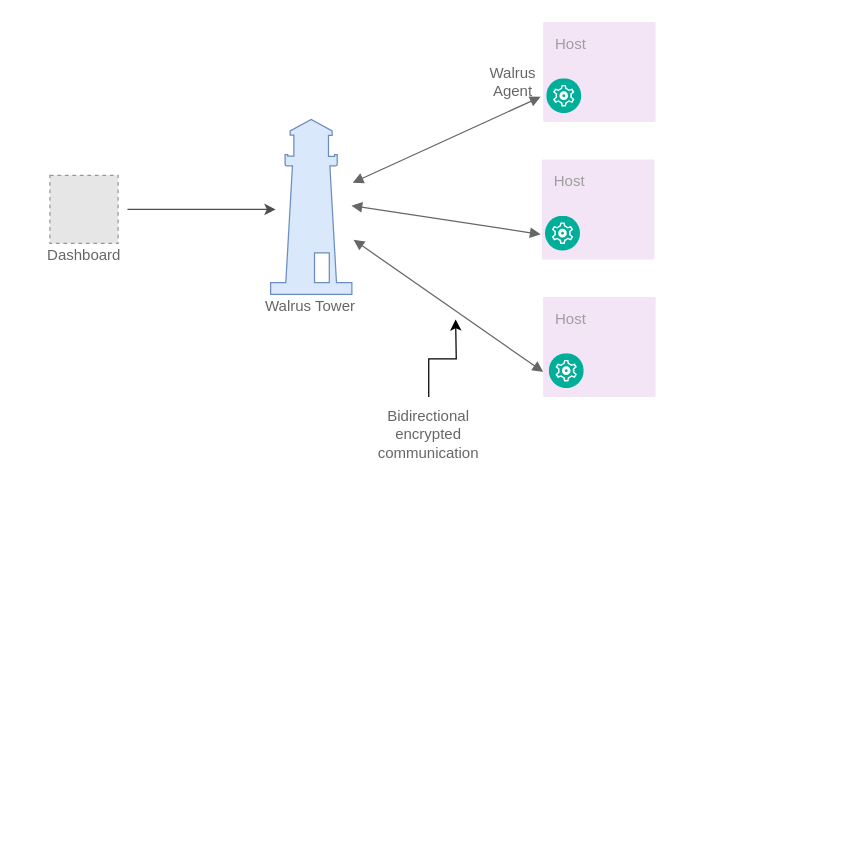
Clivern/Walrus keeps this draw.io diagram as assets/chart.drawio. Above is the earlier version. Source tidied: cells renumbered, new cells numbered last; positions are measured from the earlier drawing's top-left corner, leaving out a move shared by most shapes. Both pictures are drawn from the tidied source at 125%, with x=0, y=0 at pixel (21, 21). Pictures stored in the file or linked from it are replaced by grey dashed boxes.
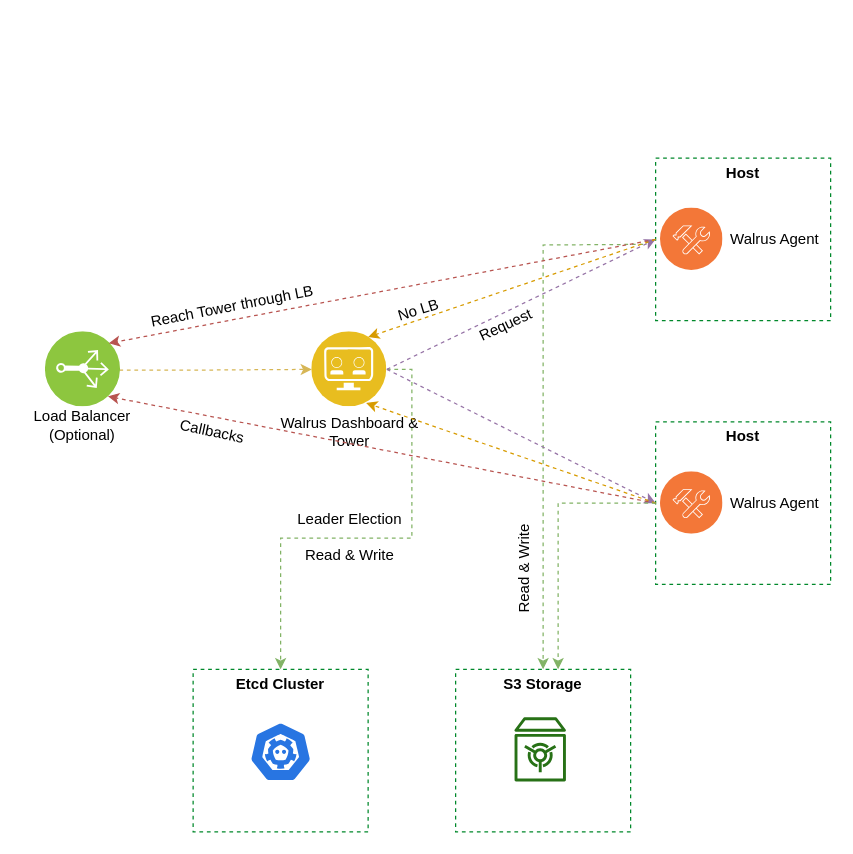
Above is the later version.

Diff of the diagram source:
```diff
@@
-    <mxCell id="2" style="shape=mxgraph.signs.transportation.lighthouse_2;html=1;verticalLabelPosition=bottom;verticalAlign=top;align=center;fillColor=#dae8fc;strokeColor=#6c8ebf;" parent="1" vertex="1">
-      <mxGeometry x="199" y="78" width="65" height="140" as="geometry" />
-    </mxCell>
-    <mxCell id="3" value="Walrus Tower" style="text;html=1;strokeColor=none;fillColor=none;align=center;verticalAlign=middle;whiteSpace=wrap;rounded=0;fontColor=#666666;" parent="1" vertex="1">
-      <mxGeometry x="189" y="218" width="83.5" height="20" as="geometry" />
-    </mxCell>
-    <mxCell id="4" value="Host" style="rounded=1;absoluteArcSize=1;arcSize=2;html=1;strokeColor=none;gradientColor=none;shadow=0;dashed=0;fontSize=12;fontColor=#9E9E9E;align=left;verticalAlign=top;spacing=10;spacingTop=-4;fillColor=#F3E5F5;" parent="1" vertex="1">
-      <mxGeometry x="417" width="90" height="80" as="geometry" />
-    </mxCell>
-    <mxCell id="5" style="perimeter=ellipsePerimeter;html=1;align=center;shadow=0;dashed=0;fontColor=#4277BB;labelBackgroundColor=#ffffff;fontSize=12;spacingTop=3;image;image=img/lib/ibm/management/cluster_management.svg;" parent="1" vertex="1">
-      <mxGeometry x="420" y="45.5" width="28" height="28" as="geometry" />
-    </mxCell>
-    <mxCell id="6" value="Host" style="rounded=1;absoluteArcSize=1;arcSize=2;html=1;strokeColor=none;gradientColor=none;shadow=0;dashed=0;fontSize=12;fontColor=#9E9E9E;align=left;verticalAlign=top;spacing=10;spacingTop=-4;fillColor=#F3E5F5;" parent="1" vertex="1">
-      <mxGeometry x="416" y="110" width="90" height="80" as="geometry" />
-    </mxCell>
-    <mxCell id="7" style="perimeter=ellipsePerimeter;html=1;align=center;shadow=0;dashed=0;fontColor=#4277BB;labelBackgroundColor=#ffffff;fontSize=12;spacingTop=3;image;image=img/lib/ibm/management/cluster_management.svg;" parent="1" vertex="1">
-      <mxGeometry x="419" y="155.5" width="28" height="28" as="geometry" />
-    </mxCell>
-    <mxCell id="8" value="Host" style="points=[[0,0,0],[0.25,0,0],[0.5,0,0],[0.75,0,0],[1,0,0],[1,0.25,0],[1,0.5,0],[1,0.75,0],[1,1,0],[0.75,1,0],[0.5,1,0],[0.25,1,0],[0,1,0],[0,0.75,0],[0,0.5,0],[0,0.25,0]];rounded=1;absoluteArcSize=1;arcSize=2;html=1;strokeColor=none;gradientColor=none;shadow=0;dashed=0;fontSize=12;fontColor=#9E9E9E;align=left;verticalAlign=top;spacing=10;spacingTop=-4;fillColor=#F3E5F5;" parent="1" vertex="1">
-      <mxGeometry x="417" y="220" width="90" height="80" as="geometry" />
-    </mxCell>
-    <mxCell id="9" style="perimeter=ellipsePerimeter;html=1;align=center;shadow=0;dashed=0;fontColor=#4277BB;labelBackgroundColor=#ffffff;fontSize=12;spacingTop=3;image;image=img/lib/ibm/management/cluster_management.svg;" parent="1" vertex="1">
-      <mxGeometry x="422" y="265.5" width="28" height="28" as="geometry" />
-    </mxCell>
-    <mxCell id="10" style="edgeStyle=orthogonalEdgeStyle;rounded=0;orthogonalLoop=1;jettySize=auto;html=1;entryX=-0.077;entryY=0.514;entryDx=0;entryDy=0;entryPerimeter=0;strokeColor=#4D4D4D;" parent="1" edge="1">
-      <mxGeometry relative="1" as="geometry">
-        <mxPoint x="84.5" y="150" as="sourcePoint" />
-        <mxPoint x="203" y="150" as="targetPoint" />
-      </mxGeometry>
-    </mxCell>
-    <mxCell id="11" style="endArrow=block;startArrow=block;endFill=1;startFill=1;html=1;entryX=0;entryY=0.75;entryDx=0;entryDy=0;entryPerimeter=0;exitX=1.021;exitY=0.688;exitDx=0;exitDy=0;exitPerimeter=0;fillColor=#f5f5f5;strokeColor=#666666;" parent="1" edge="1" source="2" target="8">
-      <mxGeometry relative="1" as="geometry" />
-    </mxCell>
-    <mxCell id="12" style="endArrow=block;startArrow=block;endFill=1;startFill=1;html=1;entryX=0;entryY=0.75;entryDx=0;entryDy=0;entryPerimeter=0;exitX=1.042;exitY=0.362;exitDx=0;exitDy=0;exitPerimeter=0;fillColor=#f5f5f5;strokeColor=#666666;" parent="1" edge="1">
-      <mxGeometry relative="1" as="geometry">
-        <mxPoint x="264.7" y="128.7" as="sourcePoint" />
-        <mxPoint x="415" y="60" as="targetPoint" />
-      </mxGeometry>
-    </mxCell>
-    <mxCell id="13" style="endArrow=block;startArrow=block;endFill=1;startFill=1;html=1;entryX=0;entryY=0.75;entryDx=0;entryDy=0;entryPerimeter=0;fillColor=#f5f5f5;strokeColor=#666666;exitX=1.011;exitY=0.493;exitDx=0;exitDy=0;exitPerimeter=0;" parent="1" edge="1">
-      <mxGeometry relative="1" as="geometry">
-        <mxPoint x="263.7" y="147" as="sourcePoint" />
-        <mxPoint x="415" y="170" as="targetPoint" />
-      </mxGeometry>
-    </mxCell>
-    <mxCell id="14" value="Dashboard" style="text;html=1;strokeColor=none;fillColor=none;align=center;verticalAlign=middle;whiteSpace=wrap;rounded=0;fontColor=#666666;" parent="1" vertex="1">
-      <mxGeometry x="-0.3" y="177.3" width="100" height="20" as="geometry" />
-    </mxCell>
-    <mxCell id="15" value="Walrus&lt;br&gt;Agent" style="text;html=1;strokeColor=none;fillColor=none;align=center;verticalAlign=middle;whiteSpace=wrap;rounded=0;fontColor=#666666;" parent="1" vertex="1">
-      <mxGeometry x="373" y="38" width="40" height="20" as="geometry" />
-    </mxCell>
-    <mxCell id="16" style="edgeStyle=orthogonalEdgeStyle;rounded=0;jettySize=auto;html=1;fontColor=#4D4D4D;" parent="1" edge="1" source="17">
-      <mxGeometry relative="1" as="geometry">
-        <mxPoint x="347" y="238" as="targetPoint" />
-      </mxGeometry>
-    </mxCell>
-    <mxCell id="17" value="Bidirectional encrypted communication" style="text;html=1;strokeColor=none;fillColor=none;align=center;verticalAlign=middle;whiteSpace=wrap;rounded=0;fontColor=#666666;" parent="1" vertex="1">
-      <mxGeometry x="278" y="300" width="95" height="60" as="geometry" />
-    </mxCell>
-    <mxCell id="18" style="fillColor=#E6E6E6;strokeColor=#999999;dashed=1;html=1;verticalAlign=top;verticalLabelPosition=bottom;labelBackgroundColor=#ffffff;" parent="1" vertex="1">
-      <mxGeometry x="22.4" y="122.7" width="54.6" height="54.6" as="geometry" />
-    </mxCell>
+    <mxCell id="19" style="edgeStyle=orthogonalEdgeStyle;rounded=0;jettySize=auto;html=1;exitX=1;exitY=0.5;exitDx=0;exitDy=0;fillColor=#d5e8d4;strokeColor=#82b366;dashed=1;" parent="1" edge="1" source="21" target="42">
+      <mxGeometry relative="1" as="geometry" />
+    </mxCell>
+    <mxCell id="20" style="edgeStyle=orthogonalEdgeStyle;rounded=0;jettySize=auto;html=1;fillColor=#d5e8d4;strokeColor=#82b366;entryX=0.5;entryY=0;entryDx=0;entryDy=0;dashed=1;" parent="1" edge="1" target="26">
+      <mxGeometry relative="1" as="geometry">
+        <mxPoint x="497" y="178" as="sourcePoint" />
+      </mxGeometry>
+    </mxCell>
+    <mxCell id="21" style="perimeter=ellipsePerimeter;html=1;align=center;shadow=0;dashed=0;fontColor=#4277BB;labelBackgroundColor=#ffffff;fontSize=12;spacingTop=3;image;image=img/lib/ibm/applications/api_developer_portal.svg;" parent="1" vertex="1">
+      <mxGeometry x="232" y="248" width="60" height="60" as="geometry" />
+    </mxCell>
+    <mxCell id="22" value="Walrus Dashboard &amp;amp;&lt;br&gt;Tower" style="text;html=1;align=center;verticalAlign=middle;" parent="1" vertex="1">
+      <mxGeometry x="197" y="313" width="130" height="30" as="geometry" />
+    </mxCell>
+    <mxCell id="23" value="Host" style="fontStyle=1;verticalAlign=top;align=center;spacingTop=-2;fillColor=none;rounded=0;whiteSpace=wrap;html=1;strokeColor=#00882B;strokeWidth=1;dashed=1;" parent="1" vertex="1">
+      <mxGeometry x="507" y="109" width="140" height="130" as="geometry" />
+    </mxCell>
+    <mxCell id="24" style="perimeter=ellipsePerimeter;html=1;align=center;shadow=0;dashed=0;fontColor=#4277BB;labelBackgroundColor=#ffffff;fontSize=12;spacingTop=3;image;image=img/lib/ibm/devops/configuration_management.svg;" parent="23" vertex="1">
+      <mxGeometry x="4" y="40" width="50" height="50" as="geometry" />
+    </mxCell>
+    <mxCell id="25" value="Walrus Agent" style="text;html=1;align=center;verticalAlign=middle;fontStyle=0;" parent="23" vertex="1">
+      <mxGeometry x="50" y="55" width="90" height="20" as="geometry" />
+    </mxCell>
+    <mxCell id="26" value="S3 Storage" style="fontStyle=1;verticalAlign=top;align=center;spacingTop=-2;fillColor=none;rounded=0;whiteSpace=wrap;html=1;strokeColor=#00882B;strokeWidth=1;dashed=1;" parent="1" vertex="1">
+      <mxGeometry x="347" y="518" width="140" height="130" as="geometry" />
+    </mxCell>
+    <mxCell id="27" style="fontColor=#232F3E;gradientColor=none;fillColor=#277116;strokeColor=none;dashed=0;verticalLabelPosition=bottom;verticalAlign=top;align=center;html=1;fontSize=12;fontStyle=0;shape=mxgraph.aws4.vault;" parent="26" vertex="1">
+      <mxGeometry x="47" y="38" width="41.3" height="52" as="geometry" />
+    </mxCell>
+    <mxCell id="28" value="Host" style="fontStyle=1;verticalAlign=top;align=center;spacingTop=-2;fillColor=none;rounded=0;whiteSpace=wrap;html=1;strokeColor=#00882B;strokeWidth=1;dashed=1;" parent="1" vertex="1">
+      <mxGeometry x="507" y="320" width="140" height="130" as="geometry" />
+    </mxCell>
+    <mxCell id="29" style="perimeter=ellipsePerimeter;html=1;align=center;shadow=0;dashed=0;fontColor=#4277BB;labelBackgroundColor=#ffffff;fontSize=12;spacingTop=3;image;image=img/lib/ibm/devops/configuration_management.svg;" parent="28" vertex="1">
+      <mxGeometry x="4" y="40" width="50" height="50" as="geometry" />
+    </mxCell>
+    <mxCell id="30" value="Walrus Agent" style="text;html=1;align=center;verticalAlign=middle;fontStyle=0;" parent="28" vertex="1">
+      <mxGeometry x="50" y="55" width="90" height="20" as="geometry" />
+    </mxCell>
+    <mxCell id="31" style="edgeStyle=orthogonalEdgeStyle;rounded=0;jettySize=auto;html=1;exitX=0.5;exitY=0;exitDx=0;exitDy=0;entryX=0;entryY=0.5;entryDx=0;entryDy=0;fillColor=#fff2cc;strokeColor=#d6b656;dashed=1;" parent="1" edge="1" source="32" target="21">
+      <mxGeometry relative="1" as="geometry" />
+    </mxCell>
+    <mxCell id="32" style="perimeter=ellipsePerimeter;html=1;align=center;shadow=0;dashed=0;fontColor=#4277BB;labelBackgroundColor=#ffffff;fontSize=12;spacingTop=3;image;image=img/lib/ibm/infrastructure/load_balancing_routing.svg;rotation=91;" parent="1" vertex="1">
+      <mxGeometry x="18" y="248" width="60" height="60" as="geometry" />
+    </mxCell>
+    <mxCell id="33" value="Load Balancer &lt;br&gt;(Optional)" style="text;html=1;align=center;verticalAlign=middle;" parent="1" vertex="1">
+      <mxGeometry x="3" y="308" width="90" height="30" as="geometry" />
+    </mxCell>
+    <mxCell id="34" style="endArrow=classic;html=1;exitX=1;exitY=0.5;exitDx=0;exitDy=0;entryX=0;entryY=0.5;entryDx=0;entryDy=0;fillColor=#e1d5e7;strokeColor=#9673a6;dashed=1;" parent="1" edge="1" source="21" target="23">
+      <mxGeometry relative="1" as="geometry" />
+    </mxCell>
+    <mxCell id="35" style="endArrow=classic;html=1;entryX=0;entryY=0.5;entryDx=0;entryDy=0;fillColor=#e1d5e7;strokeColor=#9673a6;exitX=1;exitY=0.5;exitDx=0;exitDy=0;dashed=1;" parent="1" edge="1" source="21" target="28">
+      <mxGeometry relative="1" as="geometry" />
+    </mxCell>
+    <mxCell id="36" style="endArrow=classic;html=1;exitX=0;exitY=0.5;exitDx=0;exitDy=0;entryX=0;entryY=0;entryDx=0;entryDy=0;fillColor=#f8cecc;strokeColor=#b85450;dashed=1;" parent="1" edge="1" source="23" target="32">
+      <mxGeometry relative="1" as="geometry" />
+    </mxCell>
+    <mxCell id="37" style="endArrow=classic;html=1;exitX=0;exitY=0.5;exitDx=0;exitDy=0;entryX=1;entryY=0;entryDx=0;entryDy=0;fillColor=#f8cecc;strokeColor=#b85450;dashed=1;" parent="1" edge="1" source="28" target="32">
+      <mxGeometry relative="1" as="geometry" />
+    </mxCell>
+    <mxCell id="38" style="endArrow=classic;html=1;exitX=0;exitY=0.5;exitDx=0;exitDy=0;entryX=0;entryY=0;entryDx=0;entryDy=0;fillColor=#ffe6cc;strokeColor=#d79b00;dashed=1;" parent="1" edge="1" source="23">
+      <mxGeometry relative="1" as="geometry">
+        <mxPoint x="277" y="252.2" as="targetPoint" />
+      </mxGeometry>
+    </mxCell>
+    <mxCell id="39" style="endArrow=classic;html=1;exitX=0;exitY=0.5;exitDx=0;exitDy=0;entryX=0.75;entryY=1;entryDx=0;entryDy=0;fillColor=#ffe6cc;strokeColor=#d79b00;dashed=1;" parent="1" edge="1" source="28" target="21">
+      <mxGeometry relative="1" as="geometry" />
+    </mxCell>
+    <mxCell id="40" value="No LB" style="text;html=1;align=center;verticalAlign=middle;rotation=343;" parent="1" vertex="1">
+      <mxGeometry x="292" y="221" width="50" height="20" as="geometry" />
+    </mxCell>
+    <mxCell id="41" value="Reach Tower through LB" style="text;html=1;align=center;verticalAlign=middle;rotation=349;" parent="1" vertex="1">
+      <mxGeometry x="93" y="218" width="150" height="20" as="geometry" />
+    </mxCell>
+    <mxCell id="42" value="Etcd Cluster" style="fontStyle=1;verticalAlign=top;align=center;spacingTop=-2;fillColor=none;rounded=0;whiteSpace=wrap;html=1;strokeColor=#00882B;strokeWidth=1;dashed=1;" parent="1" vertex="1">
+      <mxGeometry x="137" y="518" width="140" height="130" as="geometry" />
+    </mxCell>
+    <mxCell id="43" style="html=1;dashed=0;whitespace=wrap;fillColor=#2875E2;strokeColor=#ffffff;shape=mxgraph.kubernetes.icon;prIcon=etcd;" parent="42" vertex="1">
+      <mxGeometry x="45" y="42" width="50" height="48" as="geometry" />
+    </mxCell>
+    <mxCell id="44" value="Read &amp;amp; Write" style="text;html=1;align=center;verticalAlign=middle;" parent="1" vertex="1">
+      <mxGeometry x="217" y="417" width="90" height="20" as="geometry" />
+    </mxCell>
+    <mxCell id="45" value="Read &amp;amp; Write" style="text;html=1;align=center;verticalAlign=middle;rotation=-90;" parent="1" vertex="1">
+      <mxGeometry x="357" y="428" width="90" height="20" as="geometry" />
+    </mxCell>
+    <mxCell id="46" value="Request" style="text;html=1;align=center;verticalAlign=middle;rotation=-25;" parent="1" vertex="1">
+      <mxGeometry x="357" y="233" width="60" height="20" as="geometry" />
+    </mxCell>
+    <mxCell id="47" value="Callbacks" style="text;html=1;align=center;verticalAlign=middle;rotation=12;" parent="1" vertex="1">
+      <mxGeometry x="117" y="318" width="70" height="20" as="geometry" />
+    </mxCell>
+    <mxCell id="48" value="Leader Election" style="text;html=1;align=center;verticalAlign=middle;" parent="1" vertex="1">
+      <mxGeometry x="212" y="388" width="100" height="20" as="geometry" />
+    </mxCell>
+    <mxCell id="49" style="edgeStyle=orthogonalEdgeStyle;rounded=0;jettySize=auto;html=1;fillColor=#d5e8d4;strokeColor=#82b366;exitX=0;exitY=0.5;exitDx=0;exitDy=0;dashed=1;" parent="1" edge="1" source="28">
+      <mxGeometry relative="1" as="geometry">
+        <mxPoint x="429" y="518" as="targetPoint" />
+        <Array as="points">
+          <mxPoint x="429" y="385" />
+        </Array>
+      </mxGeometry>
+    </mxCell>
```
